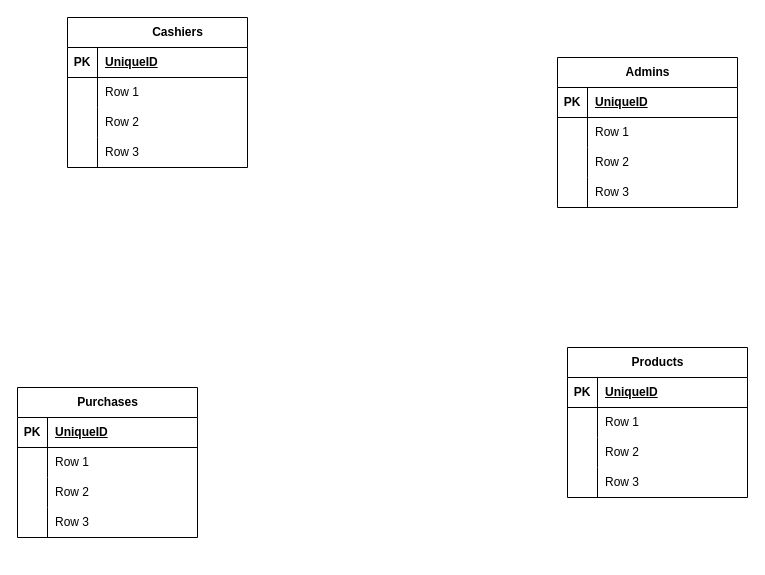
Droid-M/TEC502-TP01-18111237-PBL01-API-DO-SUPERMERCADO keeps this draw.io diagram as Mercado_Inteligente.drawio. Above is the earlier version. Source tidied: cells renumbered, new cells numbered last; positions are measured from the earlier drawing's top-left corner, leaving out a move shared by most shapes. Both pictures are drawn from the tidied source at 100%, with x=0, y=0 at pixel (17, 17).
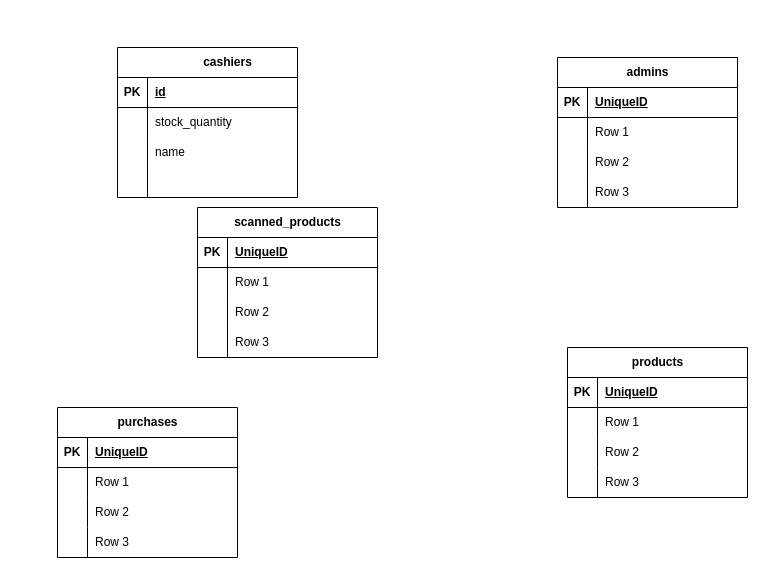
The same page after the edit.

Unchanged cells that the change refers to:
```xml
<mxCell id="3" style="shape=tableRow;horizontal=0;startSize=0;swimlaneHead=0;swimlaneBody=0;fillColor=none;top=0;left=0;right=0;bottom=1;" parent="2" vertex="1">
  <mxGeometry y="30" width="180" height="30" as="geometry" />
</mxCell>
<mxCell id="6" style="shape=tableRow;horizontal=0;startSize=0;swimlaneHead=0;swimlaneBody=0;fillColor=none;top=0;left=0;right=0;bottom=0;" parent="2" vertex="1">
  <mxGeometry y="60" width="180" height="30" as="geometry" />
</mxCell>
<mxCell id="9" style="shape=tableRow;horizontal=0;startSize=0;swimlaneHead=0;swimlaneBody=0;fillColor=none;top=0;left=0;right=0;bottom=0;" parent="2" vertex="1">
  <mxGeometry y="90" width="180" height="30" as="geometry" />
</mxCell>
<mxCell id="12" style="shape=tableRow;horizontal=0;startSize=0;swimlaneHead=0;swimlaneBody=0;fillColor=none;top=0;left=0;right=0;bottom=0;" parent="2" vertex="1">
  <mxGeometry y="120" width="180" height="30" as="geometry" />
</mxCell>
```

Diff of the diagram source:
```diff
@@
-    <mxCell id="2" value="&lt;blockquote style=&quot;margin: 0 0 0 40px; border: none; padding: 0px;&quot;&gt;Cashiers&lt;/blockquote&gt;" style="shape=table;startSize=30;childLayout=tableLayout;rowLines=0;fontStyle=1;align=center;html=1;" parent="1" vertex="1">
-      <mxGeometry x="50" width="180" height="150" as="geometry" />
+    <mxCell id="2" value="&lt;blockquote style=&quot;margin: 0 0 0 40px; border: none; padding: 0px;&quot;&gt;cashiers&lt;/blockquote&gt;" style="shape=table;startSize=30;childLayout=tableLayout;rowLines=0;fontStyle=1;align=center;html=1;" parent="1" vertex="1">
+      <mxGeometry x="100" y="30" width="180" height="150" as="geometry" />
     </mxCell>
@@
-    <mxCell id="5" value="UniqueID" style="shape=partialRectangle;fillColor=none;top=0;left=0;bottom=0;right=0;align=left;spacingLeft=6;fontStyle=5;overflow=hidden;whiteSpace=wrap;html=1;" parent="3" vertex="1">
+    <mxCell id="5" value="id" style="shape=partialRectangle;fillColor=none;top=0;left=0;bottom=0;right=0;align=left;spacingLeft=6;fontStyle=5;overflow=hidden;whiteSpace=wrap;html=1;" parent="3" vertex="1">
       <mxGeometry x="30" width="150" height="30" as="geometry" />
     </mxCell>
@@
-    <mxCell id="8" value="Row 1" style="shape=partialRectangle;fillColor=none;top=0;left=0;bottom=0;right=0;align=left;spacingLeft=6;overflow=hidden;whiteSpace=wrap;html=1;" parent="6" vertex="1">
+    <mxCell id="8" value="stock_quantity" style="shape=partialRectangle;fillColor=none;top=0;left=0;bottom=0;right=0;align=left;spacingLeft=6;overflow=hidden;whiteSpace=wrap;html=1;" parent="6" vertex="1">
       <mxGeometry x="30" width="150" height="30" as="geometry" />
     </mxCell>
@@
-    <mxCell id="11" value="Row 2" style="shape=partialRectangle;fillColor=none;top=0;left=0;bottom=0;right=0;align=left;spacingLeft=6;overflow=hidden;whiteSpace=wrap;html=1;" parent="9" vertex="1">
+    <mxCell id="11" value="name" style="shape=partialRectangle;fillColor=none;top=0;left=0;bottom=0;right=0;align=left;spacingLeft=6;overflow=hidden;whiteSpace=wrap;html=1;" parent="9" vertex="1">
       <mxGeometry x="30" width="150" height="30" as="geometry" />
     </mxCell>
@@
-    <mxCell id="14" value="Row 3" style="shape=partialRectangle;fillColor=none;top=0;left=0;bottom=0;right=0;align=left;spacingLeft=6;overflow=hidden;whiteSpace=wrap;html=1;" parent="12" vertex="1">
+    <mxCell id="14" style="shape=partialRectangle;fillColor=none;top=0;left=0;bottom=0;right=0;align=left;spacingLeft=6;overflow=hidden;whiteSpace=wrap;html=1;" parent="12" vertex="1">
       <mxGeometry x="30" width="150" height="30" as="geometry" />
     </mxCell>
-    <mxCell id="15" value="Admins" style="shape=table;startSize=30;childLayout=tableLayout;rowLines=0;fontStyle=1;align=center;html=1;" parent="1" vertex="1">
+    <mxCell id="15" value="admins" style="shape=table;startSize=30;childLayout=tableLayout;rowLines=0;fontStyle=1;align=center;html=1;" parent="1" vertex="1">
       <mxGeometry x="540" y="40" width="180" height="150" as="geometry" />
     </mxCell>
@@
-    <mxCell id="28" value="Products" style="shape=table;startSize=30;childLayout=tableLayout;rowLines=0;fontStyle=1;align=center;html=1;" parent="1" vertex="1">
+    <mxCell id="28" value="products" style="shape=table;startSize=30;childLayout=tableLayout;rowLines=0;fontStyle=1;align=center;html=1;" parent="1" vertex="1">
       <mxGeometry x="550" y="330" width="180" height="150" as="geometry" />
     </mxCell>
@@
-    <mxCell id="41" value="Purchases" style="shape=table;startSize=30;childLayout=tableLayout;rowLines=0;fontStyle=1;align=center;html=1;" parent="1" vertex="1">
-      <mxGeometry y="370" width="180" height="150" as="geometry" />
+    <mxCell id="41" value="purchases" style="shape=table;startSize=30;childLayout=tableLayout;rowLines=0;fontStyle=1;align=center;html=1;" parent="1" vertex="1">
+      <mxGeometry x="40" y="390" width="180" height="150" as="geometry" />
     </mxCell>
@@
+    <mxCell id="54" value="scanned_products" style="shape=table;startSize=30;childLayout=tableLayout;rowLines=0;fontStyle=1;align=center;html=1;" parent="1" vertex="1">
+      <mxGeometry x="180" y="190" width="180" height="150" as="geometry" />
+    </mxCell>
+    <mxCell id="55" style="shape=tableRow;horizontal=0;startSize=0;swimlaneHead=0;swimlaneBody=0;fillColor=none;top=0;left=0;right=0;bottom=1;" parent="54" vertex="1">
+      <mxGeometry y="30" width="180" height="30" as="geometry" />
+    </mxCell>
+    <mxCell id="56" value="PK" style="shape=partialRectangle;fillColor=none;top=0;left=0;bottom=0;right=0;fontStyle=1;overflow=hidden;whiteSpace=wrap;html=1;" parent="55" vertex="1">
+      <mxGeometry width="30" height="30" as="geometry" />
+    </mxCell>
+    <mxCell id="57" value="UniqueID" style="shape=partialRectangle;fillColor=none;top=0;left=0;bottom=0;right=0;align=left;spacingLeft=6;fontStyle=5;overflow=hidden;whiteSpace=wrap;html=1;" parent="55" vertex="1">
+      <mxGeometry x="30" width="150" height="30" as="geometry" />
+    </mxCell>
+    <mxCell id="58" style="shape=tableRow;horizontal=0;startSize=0;swimlaneHead=0;swimlaneBody=0;fillColor=none;top=0;left=0;right=0;bottom=0;" parent="54" vertex="1">
+      <mxGeometry y="60" width="180" height="30" as="geometry" />
+    </mxCell>
+    <mxCell id="59" style="shape=partialRectangle;fillColor=none;top=0;left=0;bottom=0;right=0;overflow=hidden;whiteSpace=wrap;html=1;" parent="58" vertex="1">
+      <mxGeometry width="30" height="30" as="geometry" />
+    </mxCell>
+    <mxCell id="60" value="Row 1" style="shape=partialRectangle;fillColor=none;top=0;left=0;bottom=0;right=0;align=left;spacingLeft=6;overflow=hidden;whiteSpace=wrap;html=1;" parent="58" vertex="1">
+      <mxGeometry x="30" width="150" height="30" as="geometry" />
+    </mxCell>
+    <mxCell id="61" style="shape=tableRow;horizontal=0;startSize=0;swimlaneHead=0;swimlaneBody=0;fillColor=none;top=0;left=0;right=0;bottom=0;" parent="54" vertex="1">
+      <mxGeometry y="90" width="180" height="30" as="geometry" />
+    </mxCell>
+    <mxCell id="62" style="shape=partialRectangle;fillColor=none;top=0;left=0;bottom=0;right=0;overflow=hidden;whiteSpace=wrap;html=1;" parent="61" vertex="1">
+      <mxGeometry width="30" height="30" as="geometry" />
+    </mxCell>
+    <mxCell id="63" value="Row 2" style="shape=partialRectangle;fillColor=none;top=0;left=0;bottom=0;right=0;align=left;spacingLeft=6;overflow=hidden;whiteSpace=wrap;html=1;" parent="61" vertex="1">
+      <mxGeometry x="30" width="150" height="30" as="geometry" />
+    </mxCell>
+    <mxCell id="64" style="shape=tableRow;horizontal=0;startSize=0;swimlaneHead=0;swimlaneBody=0;fillColor=none;top=0;left=0;right=0;bottom=0;" parent="54" vertex="1">
+      <mxGeometry y="120" width="180" height="30" as="geometry" />
+    </mxCell>
+    <mxCell id="65" style="shape=partialRectangle;fillColor=none;top=0;left=0;bottom=0;right=0;overflow=hidden;whiteSpace=wrap;html=1;" parent="64" vertex="1">
+      <mxGeometry width="30" height="30" as="geometry" />
+    </mxCell>
+    <mxCell id="66" value="Row 3" style="shape=partialRectangle;fillColor=none;top=0;left=0;bottom=0;right=0;align=left;spacingLeft=6;overflow=hidden;whiteSpace=wrap;html=1;" parent="64" vertex="1">
+      <mxGeometry x="30" width="150" height="30" as="geometry" />
+    </mxCell>
```
